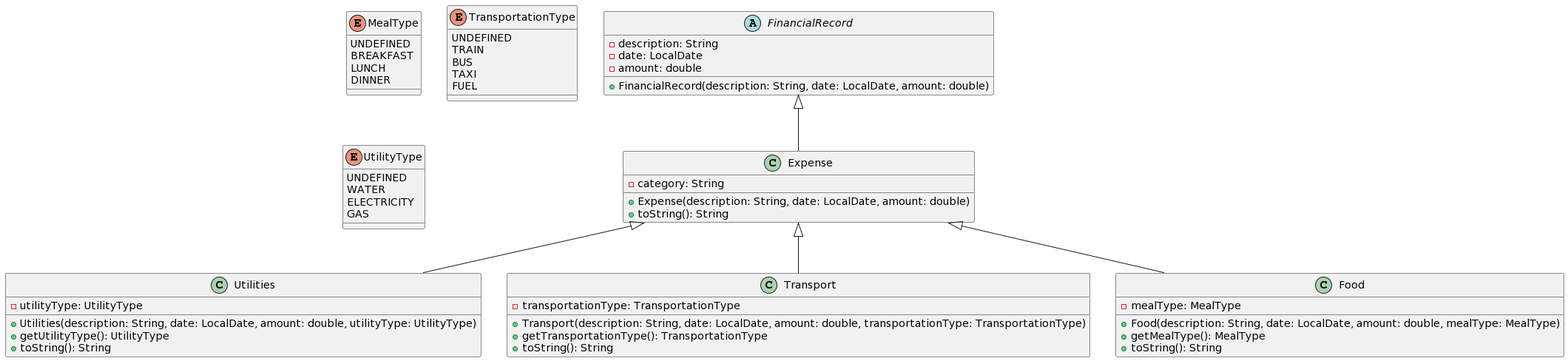
Before: images/expense_class_diagram.png, a diagram exported from PlantUML (nus-cs2113-AY2324S1/tp).
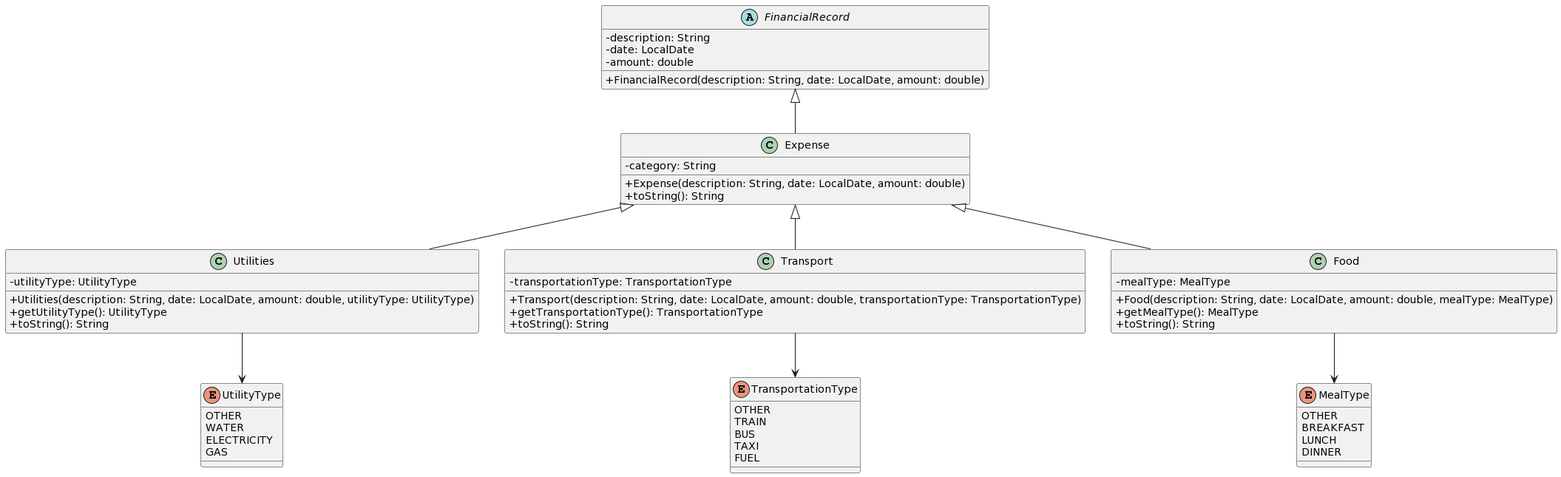
The same diagram one commit later.

Diff of the diagram source:
```diff
@@ -1,13 +1,16 @@
 @startuml
+skinparam classAttributeIconSize 0
+
+
 enum MealType {
-    UNDEFINED
+    OTHER
     BREAKFAST
     LUNCH
     DINNER
 }
 
 enum TransportationType {
-    UNDEFINED
+    OTHER
     TRAIN
     BUS
     TAXI
@@ -15,7 +18,7 @@
 }
 
 enum UtilityType {
-    UNDEFINED
+    OTHER
     WATER
     ELECTRICITY
     GAS
@@ -54,4 +57,8 @@
     + getMealType(): MealType
     + toString(): String
 }
+
+Food --> MealType
+Transport --> TransportationType
+Utilities --> UtilityType
 @enduml
```
